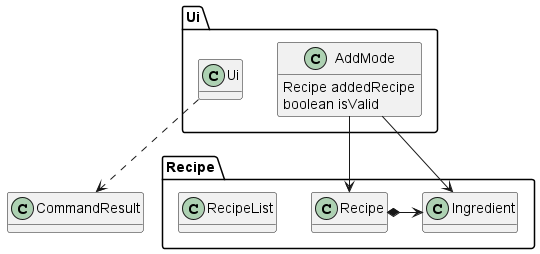
Earlier version of the PlantUML export docs/images/UiClassDiagram.png (nus-cs2113-AY2223S1/tp).
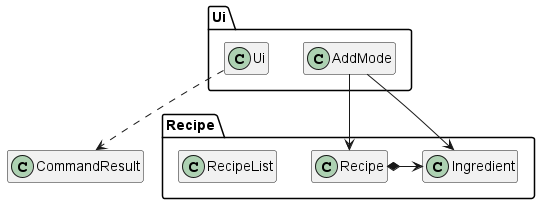
The same diagram one commit later.

Commit message:
Added find command by recipe title

The edit, as a diff of the source:
```diff
@@ -1,4 +1,5 @@
 @startuml
+hide class fields
 hide class methods
 
 package Recipe {
@@ -16,8 +17,6 @@
 }
 
 class AddMode {
-    Recipe addedRecipe
-    boolean isValid
 }
 
 Ui ..> CommandResult
```
